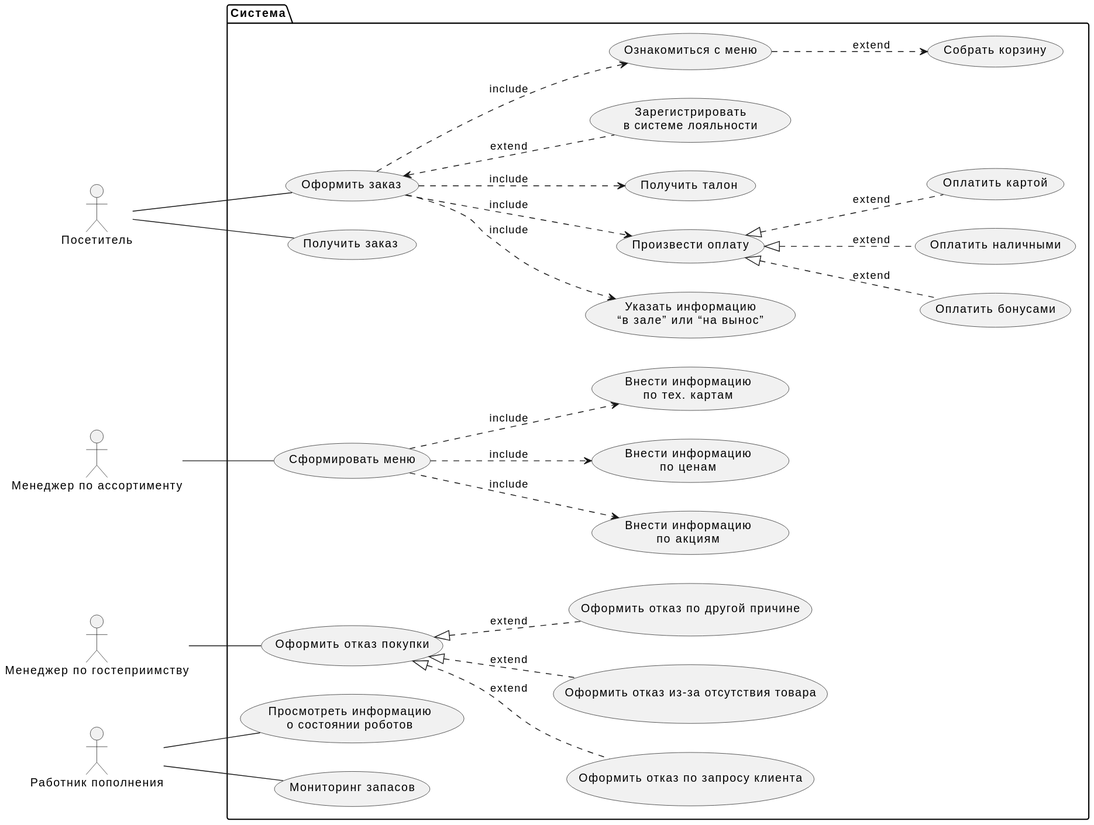
The PlantUML diagram docs/diagrams/out/use_case.svg in doriansweet/otus_project, before a commit.
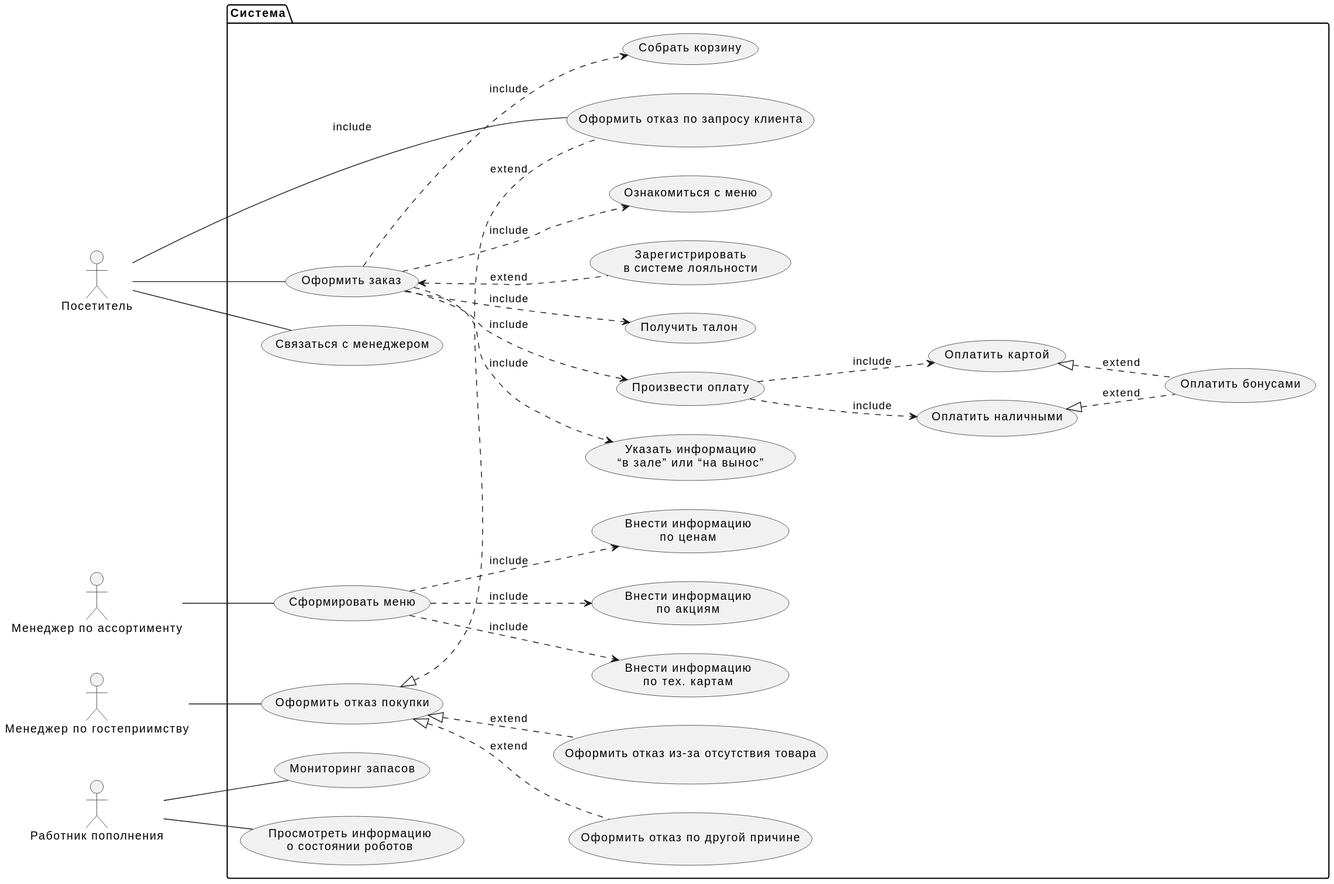
After the change.

Diff of the diagram source:
```diff
@@ -9,7 +9,6 @@
 package Система {
 
 usecase "Оформить заказ" as offer
-usecase "Получить заказ" as getoffer
 usecase "Ознакомиться с меню" as menu
 usecase "Собрать корзину" as basket
 usecase "Указать информацию\n“в зале” или “на вынос”" as place
@@ -29,22 +28,26 @@
 usecase "Внести информацию\nпо тех. картам" as poc
 usecase "Просмотреть информацию\nо состоянии роботов" as robot
 usecase "Мониторинг запасов" as stock_check
+usecase "Связаться с менеджером" as contact_manager
 
 }
 
 client -- offer
-client -- getoffer
+client -- canc_client : include
+client -- contact_manager
 
 offer ..> menu : include
-menu ..> basket : extend
+offer ..> basket : include
 offer ..> pay : include
 offer ..> place : include
 offer ..> ticket : include
 offer <.. loyal : extend
 
-pay <|.. pay_bonus : extend
-pay <|.. pay_cash : extend
-pay <|.. pay_card : extend
+pay ..> pay_cash : include
+pay ..> pay_card : include
+
+pay_cash <|.. pay_bonus : extend
+pay_card <|.. pay_bonus : extend
 
 mvariety -- addmenu
 
```
